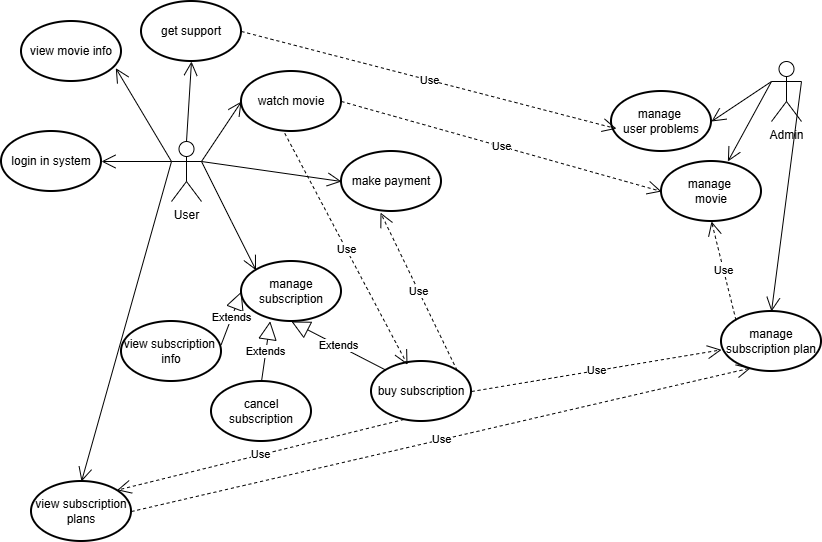
Before: lab2/use cases.png, a diagram exported from draw.io (StudentPP1/KPI). Source tidied: cells renumbered, new cells last; positions are measured from the earlier drawing's top-left corner, leaving out a move shared by most shapes.
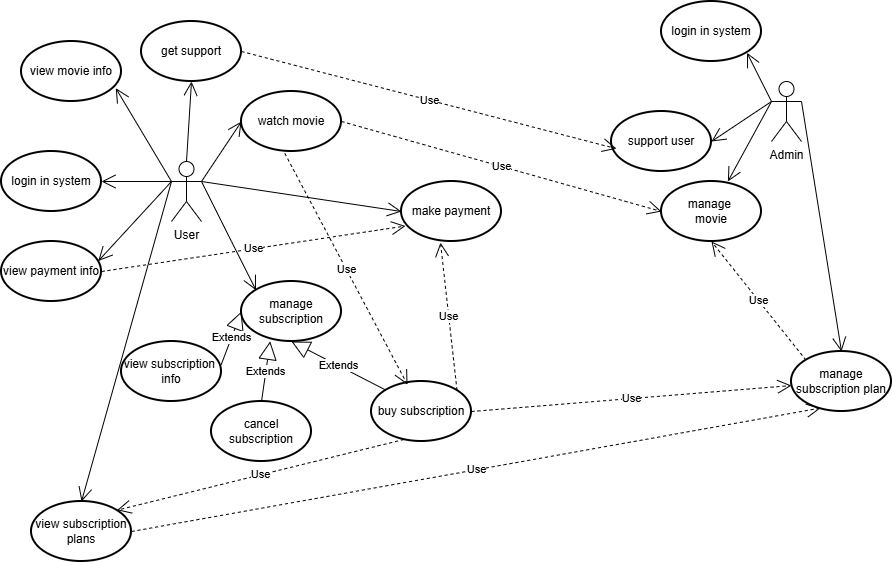
After the commit.

Commit message:
chore: refactor & add new use cases

- add login in system UC for admin
- add view payment UC for user
- change requirements/use cases matrix

Diff of the diagram source:
```diff
@@ -12,7 +12,7 @@
       <mxGeometry x="770" y="60" width="30" height="60" as="geometry" />
     </mxCell>
     <mxCell id="5" value="make payment" style="strokeWidth=2;html=1;shape=mxgraph.flowchart.start_1;whiteSpace=wrap;" parent="1" vertex="1">
-      <mxGeometry x="340" y="150" width="100" height="60" as="geometry" />
+      <mxGeometry x="400" y="160" width="100" height="60" as="geometry" />
     </mxCell>
     <mxCell id="6" value="watch movie" style="strokeWidth=2;html=1;shape=mxgraph.flowchart.start_1;whiteSpace=wrap;" parent="1" vertex="1">
       <mxGeometry x="240" y="70" width="100" height="60" as="geometry" />
@@ -21,7 +21,7 @@
       <mxGeometry x="660" y="160" width="100" height="60" as="geometry" />
     </mxCell>
     <mxCell id="8" value="manage subscription plan" style="strokeWidth=2;html=1;shape=mxgraph.flowchart.start_1;whiteSpace=wrap;" parent="1" vertex="1">
-      <mxGeometry x="720" y="310" width="100" height="60" as="geometry" />
+      <mxGeometry x="790" y="330" width="100" height="60" as="geometry" />
     </mxCell>
     <mxCell id="9" style="endArrow=open;endFill=1;endSize=12;html=1;rounded=0;exitX=0;exitY=0.3333333333333333;exitDx=0;exitDy=0;exitPerimeter=0;" parent="1" edge="1" source="4" target="7">
       <mxGeometry relative="1" as="geometry" />
@@ -79,7 +79,7 @@
     <mxCell id="25" value="Use" style="endArrow=open;endSize=12;dashed=1;html=1;rounded=0;exitX=1;exitY=0.5;exitDx=0;exitDy=0;exitPerimeter=0;entryX=0.293;entryY=0.942;entryDx=0;entryDy=0;entryPerimeter=0;" parent="1" edge="1" source="23" target="8">
       <mxGeometry relative="1" as="geometry" />
     </mxCell>
-    <mxCell id="26" value="manage&amp;nbsp;&lt;div&gt;user problems&lt;/div&gt;" style="strokeWidth=2;html=1;shape=mxgraph.flowchart.start_1;whiteSpace=wrap;" parent="1" vertex="1">
+    <mxCell id="26" value="support user" style="strokeWidth=2;html=1;shape=mxgraph.flowchart.start_1;whiteSpace=wrap;" parent="1" vertex="1">
       <mxGeometry x="610" y="90" width="100" height="60" as="geometry" />
     </mxCell>
     <mxCell id="27" style="endArrow=open;endFill=1;endSize=12;html=1;rounded=0;exitX=0;exitY=0.3333333333333333;exitDx=0;exitDy=0;exitPerimeter=0;entryX=1;entryY=0.5;entryDx=0;entryDy=0;entryPerimeter=0;" parent="1" edge="1" source="4" target="26">
@@ -115,5 +115,22 @@
     <mxCell id="37" value="Extends" style="endArrow=block;endSize=16;endFill=0;html=1;rounded=0;exitX=0.996;exitY=0.39;exitDx=0;exitDy=0;exitPerimeter=0;entryX=0;entryY=0.5;entryDx=0;entryDy=0;entryPerimeter=0;" parent="1" edge="1" source="34" target="3">
       <mxGeometry relative="1" as="geometry" />
     </mxCell>
+    <mxCell id="38" value="login in system" style="strokeWidth=2;html=1;shape=mxgraph.flowchart.start_1;whiteSpace=wrap;" parent="1" vertex="1">
+      <mxGeometry x="660" y="-20" width="100" height="60" as="geometry" />
+    </mxCell>
+    <mxCell id="39" style="endArrow=open;endFill=1;endSize=12;html=1;rounded=0;exitX=0;exitY=0.3333333333333333;exitDx=0;exitDy=0;exitPerimeter=0;entryX=0.855;entryY=0.855;entryDx=0;entryDy=0;entryPerimeter=0;" parent="1" edge="1" source="4" target="38">
+      <mxGeometry relative="1" as="geometry" />
+    </mxCell>
+    <mxCell id="40" value="view payment info" style="strokeWidth=2;html=1;shape=mxgraph.flowchart.start_1;whiteSpace=wrap;" parent="1" vertex="1">
+      <mxGeometry y="220" width="100" height="60" as="geometry" />
+    </mxCell>
+    <mxCell id="41" style="endArrow=open;endFill=1;endSize=12;html=1;rounded=0;entryX=0.968;entryY=0.325;entryDx=0;entryDy=0;entryPerimeter=0;" parent="1" edge="1" target="40">
+      <mxGeometry relative="1" as="geometry">
+        <mxPoint x="170" y="160" as="sourcePoint" />
+      </mxGeometry>
+    </mxCell>
+    <mxCell id="42" value="Use" style="endArrow=open;endSize=12;dashed=1;html=1;rounded=0;exitX=1;exitY=0.5;exitDx=0;exitDy=0;exitPerimeter=0;entryX=0.04;entryY=0.742;entryDx=0;entryDy=0;entryPerimeter=0;" parent="1" edge="1" source="40" target="5">
+      <mxGeometry relative="1" as="geometry" />
+    </mxCell>
   </root>
 </mxGraphModel>
```
